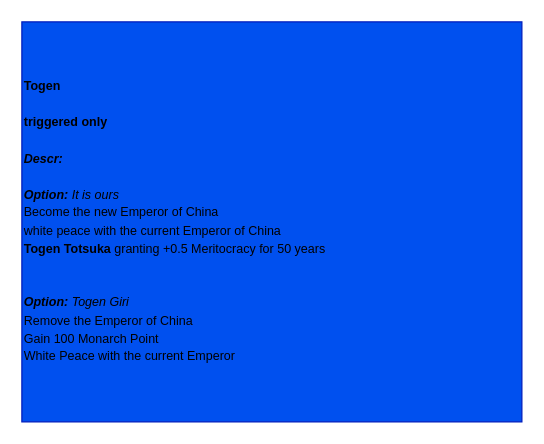
Before: page "Event" (2 of 3) of It's Ramen Time/It's Ramen Time.drawio in Melvasul/Missions-Expanded, a draw.io diagram. Source tidied: cells renumbered, new cells numbered last; positions are measured from the earlier drawing's top-left corner, leaving out a move shared by most shapes. Both pictures are drawn from the tidied source at 125%, with x=0, y=0 at pixel (21, 21).
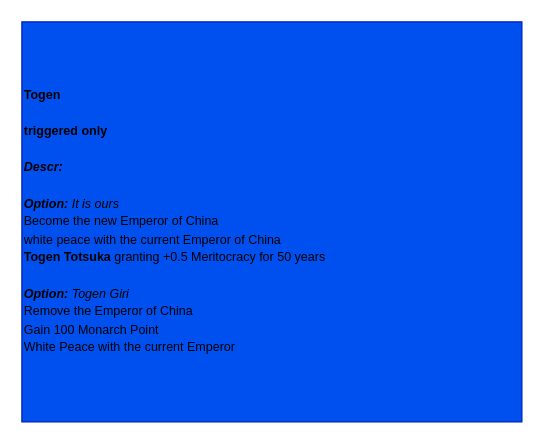
Above is the later version.

Change to the diagram source:
```diff
@@
 <mxGraphModel>
   <root>
     <mxCell id="0" />
     <mxCell id="1" parent="0" />
-    <mxCell id="2" value="&lt;div style=&quot;font-size: 10px&quot;&gt;&lt;div style=&quot;line-height: 14.4px ; font-size: 10px&quot;&gt;&lt;b&gt;Togen&lt;/b&gt;&lt;/div&gt;&lt;div style=&quot;line-height: 14.4px ; font-size: 10px&quot;&gt;&lt;b&gt;&lt;br&gt;&lt;/b&gt;&lt;/div&gt;&lt;div style=&quot;line-height: 14.4px ; font-size: 10px&quot;&gt;&lt;b&gt;triggered only&lt;/b&gt;&lt;/div&gt;&lt;div style=&quot;line-height: 14.4px ; font-size: 10px&quot;&gt;&lt;br&gt;&lt;/div&gt;&lt;div style=&quot;line-height: 14.4px ; font-size: 10px&quot;&gt;&lt;b&gt;&lt;i&gt;Descr:&lt;/i&gt;&lt;/b&gt;&lt;/div&gt;&lt;div style=&quot;line-height: 14.4px ; font-size: 10px&quot;&gt;&lt;br&gt;&lt;/div&gt;&lt;div style=&quot;line-height: 14.4px ; font-size: 10px&quot;&gt;&lt;i&gt;&lt;b&gt;Option: &lt;/b&gt;It is ours&lt;/i&gt;&lt;/div&gt;&lt;div style=&quot;line-height: 14.4px ; font-size: 10px&quot;&gt;Become the new Emperor of China&lt;/div&gt;&lt;div style=&quot;line-height: 14.4px ; font-size: 10px&quot;&gt;white peace with the current Emperor of China&lt;/div&gt;&lt;div style=&quot;line-height: 14.4px ; font-size: 10px&quot;&gt;&lt;b&gt;Togen Totsuka&lt;/b&gt;&amp;nbsp;granting +0.5 Meritocracy for 50 years&lt;/div&gt;&lt;div style=&quot;line-height: 14.4px ; font-size: 10px&quot;&gt;&lt;br style=&quot;font-size: 10px&quot;&gt;&lt;/div&gt;&lt;div style=&quot;line-height: 14.4px ; font-size: 10px&quot;&gt;&lt;br&gt;&lt;/div&gt;&lt;div style=&quot;line-height: 14.4px ; font-size: 10px&quot;&gt;&lt;i style=&quot;font-weight: bold&quot;&gt;Option:&lt;/i&gt;&lt;i&gt;&amp;nbsp;Togen Giri&lt;/i&gt;&lt;/div&gt;&lt;div style=&quot;line-height: 14.4px ; font-size: 10px&quot;&gt;Remove the Emperor of China&lt;/div&gt;&lt;div style=&quot;line-height: 14.4px ; font-size: 10px&quot;&gt;Gain 100 Monarch Point&lt;/div&gt;&lt;div style=&quot;line-height: 14.4px ; font-size: 10px&quot;&gt;White Peace with the current Emperor&lt;br&gt;&lt;/div&gt;&lt;/div&gt;" style="whiteSpace=wrap;html=1;fillColor=#0050ef;strokeColor=#001DBC;fontSize=10;align=left;" parent="1" vertex="1">
+    <mxCell id="2" value="&lt;div style=&quot;font-size: 10px&quot;&gt;&lt;div style=&quot;line-height: 14.4px ; font-size: 10px&quot;&gt;&lt;b&gt;Togen&lt;/b&gt;&lt;/div&gt;&lt;div style=&quot;line-height: 14.4px ; font-size: 10px&quot;&gt;&lt;b&gt;&lt;br&gt;&lt;/b&gt;&lt;/div&gt;&lt;div style=&quot;line-height: 14.4px ; font-size: 10px&quot;&gt;&lt;b&gt;triggered only&lt;/b&gt;&lt;/div&gt;&lt;div style=&quot;line-height: 14.4px ; font-size: 10px&quot;&gt;&lt;br&gt;&lt;/div&gt;&lt;div style=&quot;line-height: 14.4px ; font-size: 10px&quot;&gt;&lt;b&gt;&lt;i&gt;Descr:&lt;/i&gt;&lt;/b&gt;&lt;/div&gt;&lt;div style=&quot;line-height: 14.4px ; font-size: 10px&quot;&gt;&lt;br&gt;&lt;/div&gt;&lt;div style=&quot;line-height: 14.4px ; font-size: 10px&quot;&gt;&lt;i&gt;&lt;b&gt;Option: &lt;/b&gt;It is ours&lt;/i&gt;&lt;/div&gt;&lt;div style=&quot;line-height: 14.4px ; font-size: 10px&quot;&gt;Become the new Emperor of China&lt;/div&gt;&lt;div style=&quot;line-height: 14.4px ; font-size: 10px&quot;&gt;white peace with the current Emperor of China&lt;/div&gt;&lt;div style=&quot;line-height: 14.4px ; font-size: 10px&quot;&gt;&lt;b&gt;Togen Totsuka&lt;/b&gt;&amp;nbsp;granting +0.5 Meritocracy for 50 years&lt;/div&gt;&lt;div style=&quot;line-height: 14.4px ; font-size: 10px&quot;&gt;&lt;br&gt;&lt;/div&gt;&lt;div style=&quot;line-height: 14.4px ; font-size: 10px&quot;&gt;&lt;i style=&quot;font-weight: bold&quot;&gt;Option:&lt;/i&gt;&lt;i&gt;&amp;nbsp;Togen Giri&lt;/i&gt;&lt;/div&gt;&lt;div style=&quot;line-height: 14.4px ; font-size: 10px&quot;&gt;Remove the Emperor of China&lt;/div&gt;&lt;div style=&quot;line-height: 14.4px ; font-size: 10px&quot;&gt;Gain 100 Monarch Point&lt;/div&gt;&lt;div style=&quot;line-height: 14.4px ; font-size: 10px&quot;&gt;White Peace with the current Emperor&lt;br&gt;&lt;/div&gt;&lt;/div&gt;" style="whiteSpace=wrap;html=1;fillColor=#0050ef;strokeColor=#001DBC;fontSize=10;align=left;" parent="1" vertex="1">
       <mxGeometry width="400" height="320" as="geometry" />
     </mxCell>
   </root>
 </mxGraphModel>
```
